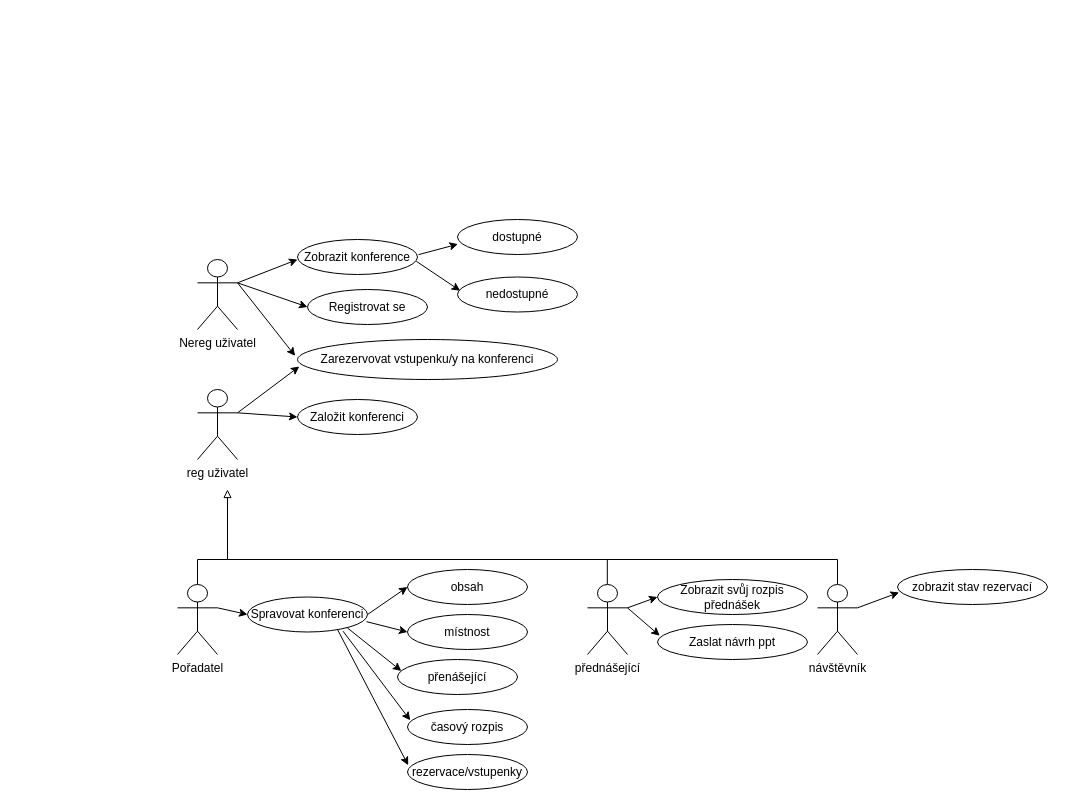
Above: doc/use-case-diagram/ISS.drawio in Doly02/iis-proj (draw.io), before the change. Source tidied: cells renumbered, new cells numbered last; positions are measured from the earlier drawing's top-left corner, leaving out a move shared by most shapes. Both pictures are drawn from the tidied source at 100%, with x=0, y=0 at pixel (177, 219).
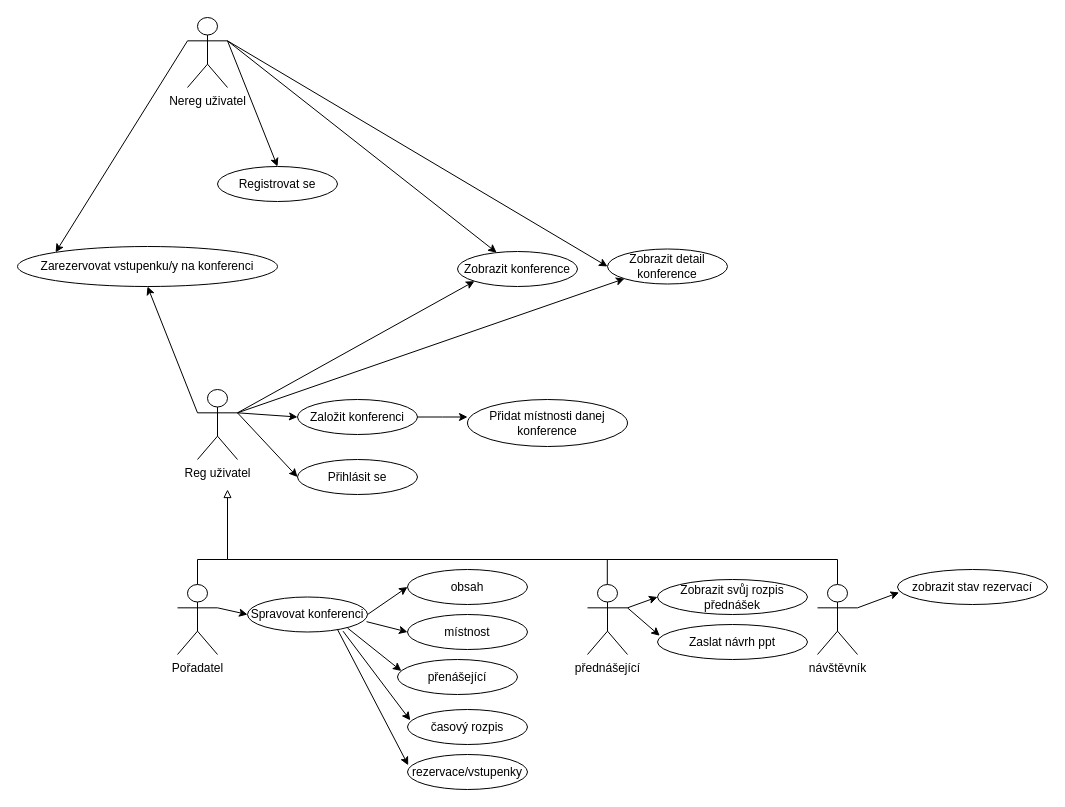
The same page after the edit.

Commit message (it also covers changes not shown here):
[DOC] Modify ERD and Use case

Unchanged cells that the change refers to:
```xml
<mxCell id="28" value="Založit konferenci" style="ellipse;whiteSpace=wrap;html=1;" parent="1" vertex="1">
  <mxGeometry x="120" y="180" width="120" height="35" as="geometry" />
</mxCell>
```

Diff of the diagram source:
```diff
@@
     <mxCell id="3" value="Nereg uživatel" style="shape=umlActor;verticalLabelPosition=bottom;verticalAlign=top;html=1;outlineConnect=0;" parent="1" vertex="1">
-      <mxGeometry x="20" y="40" width="40" height="70" as="geometry" />
+      <mxGeometry x="10" y="-202" width="40" height="70" as="geometry" />
     </mxCell>
     <mxCell id="4" value="Zobrazit konference" style="ellipse;whiteSpace=wrap;html=1;" parent="1" vertex="1">
-      <mxGeometry x="120" y="20" width="120" height="35" as="geometry" />
+      <mxGeometry x="280" y="32" width="120" height="35" as="geometry" />
     </mxCell>
-    <mxCell id="5" value="nedostupné" style="ellipse;whiteSpace=wrap;html=1;" parent="1" vertex="1">
-      <mxGeometry x="280" y="57.5" width="120" height="35" as="geometry" />
-    </mxCell>
-    <mxCell id="6" style="endArrow=classic;html=1;rounded=0;exitX=1;exitY=0.3333333333333333;exitDx=0;exitDy=0;exitPerimeter=0;" parent="1" edge="1" source="3">
-      <mxGeometry relative="1" as="geometry">
-        <mxPoint x="120" y="40" as="targetPoint" />
-      </mxGeometry>
+    <mxCell id="6" style="endArrow=classic;html=1;rounded=0;exitX=1;exitY=0.3333333333333333;exitDx=0;exitDy=0;exitPerimeter=0;" parent="1" edge="1" source="3" target="4">
+      <mxGeometry relative="1" as="geometry" />
     </mxCell>
-    <mxCell id="7" value="dostupné" style="ellipse;whiteSpace=wrap;html=1;" parent="1" vertex="1">
-      <mxGeometry x="280" width="120" height="35" as="geometry" />
-    </mxCell>
-    <mxCell id="8" style="endArrow=classic;html=1;rounded=0;entryX=0.004;entryY=0.704;entryDx=0;entryDy=0;entryPerimeter=0;exitX=1.008;exitY=0.433;exitDx=0;exitDy=0;exitPerimeter=0;" parent="1" edge="1" source="4" target="7">
-      <mxGeometry relative="1" as="geometry" />
-    </mxCell>
-    <mxCell id="9" style="endArrow=classic;html=1;rounded=0;entryX=0.022;entryY=0.392;entryDx=0;entryDy=0;entryPerimeter=0;exitX=0.99;exitY=0.622;exitDx=0;exitDy=0;exitPerimeter=0;" parent="1" edge="1" source="4" target="5">
-      <mxGeometry relative="1" as="geometry" />
-    </mxCell>
     <mxCell id="10" value="Registrovat se" style="ellipse;whiteSpace=wrap;html=1;" parent="1" vertex="1">
-      <mxGeometry x="130" y="70" width="120" height="35" as="geometry" />
+      <mxGeometry x="40" y="-53" width="120" height="35" as="geometry" />
     </mxCell>
-    <mxCell id="11" style="endArrow=classic;html=1;rounded=0;exitX=1;exitY=0.3333333333333333;exitDx=0;exitDy=0;exitPerimeter=0;entryX=0;entryY=0.5;entryDx=0;entryDy=0;" parent="1" edge="1" source="3" target="10">
+    <mxCell id="11" style="endArrow=classic;html=1;rounded=0;exitX=1;exitY=0.3333333333333333;exitDx=0;exitDy=0;exitPerimeter=0;entryX=0.5;entryY=0;entryDx=0;entryDy=0;" parent="1" edge="1" source="3" target="10">
       <mxGeometry relative="1" as="geometry" />
     </mxCell>
     <mxCell id="12" value="Zarezervovat vstupenku/y na konferenci" style="ellipse;whiteSpace=wrap;html=1;" parent="1" vertex="1">
-      <mxGeometry x="120" y="120" width="260" height="40" as="geometry" />
+      <mxGeometry x="-160" y="27" width="260" height="40" as="geometry" />
     </mxCell>
-    <mxCell id="13" style="endArrow=classic;html=1;rounded=0;exitX=1;exitY=0.3333333333333333;exitDx=0;exitDy=0;exitPerimeter=0;entryX=-0.009;entryY=0.409;entryDx=0;entryDy=0;entryPerimeter=0;" parent="1" edge="1" source="3" target="12">
-      <mxGeometry relative="1" as="geometry" />
-    </mxCell>
@@
-    <mxCell id="26" value="reg uživatel" style="shape=umlActor;verticalLabelPosition=bottom;verticalAlign=top;html=1;outlineConnect=0;" parent="1" vertex="1">
+    <mxCell id="26" value="Reg uživatel" style="shape=umlActor;verticalLabelPosition=bottom;verticalAlign=top;html=1;outlineConnect=0;" parent="1" vertex="1">
       <mxGeometry x="20" y="170" width="40" height="70" as="geometry" />
     </mxCell>
-    <mxCell id="27" style="endArrow=classic;html=1;rounded=0;exitX=1;exitY=0.3333333333333333;exitDx=0;exitDy=0;exitPerimeter=0;entryX=0.007;entryY=0.674;entryDx=0;entryDy=0;entryPerimeter=0;" parent="1" edge="1" source="26" target="12">
-      <mxGeometry relative="1" as="geometry" />
-    </mxCell>
+    <mxCell id="45" style="edgeStyle=orthogonalEdgeStyle;rounded=0;jettySize=auto;html=1;" parent="1" edge="1" source="28">
+      <mxGeometry relative="1" as="geometry">
+        <mxPoint x="290" y="197.5" as="targetPoint" />
+      </mxGeometry>
+    </mxCell>
@@
+    <mxCell id="46" value="Přihlásit se" style="ellipse;whiteSpace=wrap;html=1;" parent="1" vertex="1">
+      <mxGeometry x="120" y="240" width="120" height="35" as="geometry" />
+    </mxCell>
+    <mxCell id="47" style="endArrow=classic;html=1;rounded=0;exitX=1;exitY=0.3333333333333333;exitDx=0;exitDy=0;exitPerimeter=0;entryX=0;entryY=0.5;entryDx=0;entryDy=0;" parent="1" edge="1" source="26" target="46">
+      <mxGeometry relative="1" as="geometry" />
+    </mxCell>
+    <mxCell id="48" value="Přidat místnosti danej konference" style="ellipse;whiteSpace=wrap;html=1;" parent="1" vertex="1">
+      <mxGeometry x="290" y="180" width="160" height="47" as="geometry" />
+    </mxCell>
+    <mxCell id="49" value="Zobrazit detail konference" style="ellipse;whiteSpace=wrap;html=1;" parent="1" vertex="1">
+      <mxGeometry x="430" y="29.5" width="120" height="35" as="geometry" />
+    </mxCell>
+    <mxCell id="50" style="endArrow=classic;html=1;rounded=0;entryX=0;entryY=0.5;entryDx=0;entryDy=0;exitX=1;exitY=0.3333333333333333;exitDx=0;exitDy=0;exitPerimeter=0;" parent="1" edge="1" source="3" target="49">
+      <mxGeometry relative="1" as="geometry" />
+    </mxCell>
+    <mxCell id="13" style="endArrow=classic;html=1;rounded=0;exitX=0;exitY=0.3333333333333333;exitDx=0;exitDy=0;exitPerimeter=0;entryX=0;entryY=0;entryDx=0;entryDy=0;" parent="1" edge="1" source="3" target="12">
+      <mxGeometry relative="1" as="geometry" />
+    </mxCell>
+    <mxCell id="51" style="endArrow=classic;html=1;rounded=0;entryX=0;entryY=1;entryDx=0;entryDy=0;exitX=1;exitY=0.3333333333333333;exitDx=0;exitDy=0;exitPerimeter=0;" parent="1" edge="1" source="26" target="49">
+      <mxGeometry relative="1" as="geometry" />
+    </mxCell>
+    <mxCell id="52" style="endArrow=classic;html=1;rounded=0;entryX=0;entryY=1;entryDx=0;entryDy=0;exitX=1;exitY=0.3333333333333333;exitDx=0;exitDy=0;exitPerimeter=0;" parent="1" edge="1" source="26" target="4">
+      <mxGeometry relative="1" as="geometry" />
+    </mxCell>
+    <mxCell id="27" style="endArrow=classic;html=1;rounded=0;exitX=0;exitY=0.3333333333333333;exitDx=0;exitDy=0;exitPerimeter=0;entryX=0.5;entryY=1;entryDx=0;entryDy=0;" parent="1" edge="1" source="26" target="12">
+      <mxGeometry relative="1" as="geometry" />
+    </mxCell>
```
